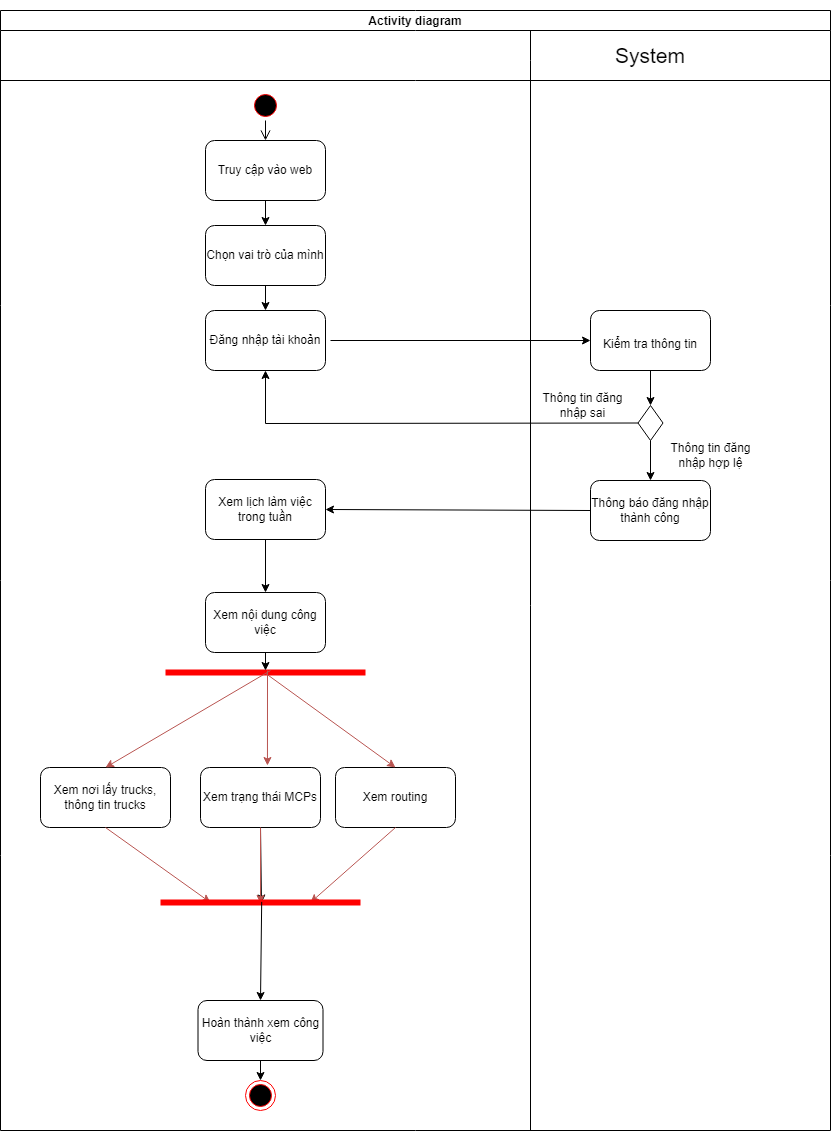
The draw.io diagram System Modeling/Activity Diagram/Activity diagram for Collector.drawio.png in diyuenji/SE_assignment, before a commit. Source tidied: cells renumbered, new cells last; positions are measured from the earlier drawing's top-left corner, leaving out a move shared by most shapes.
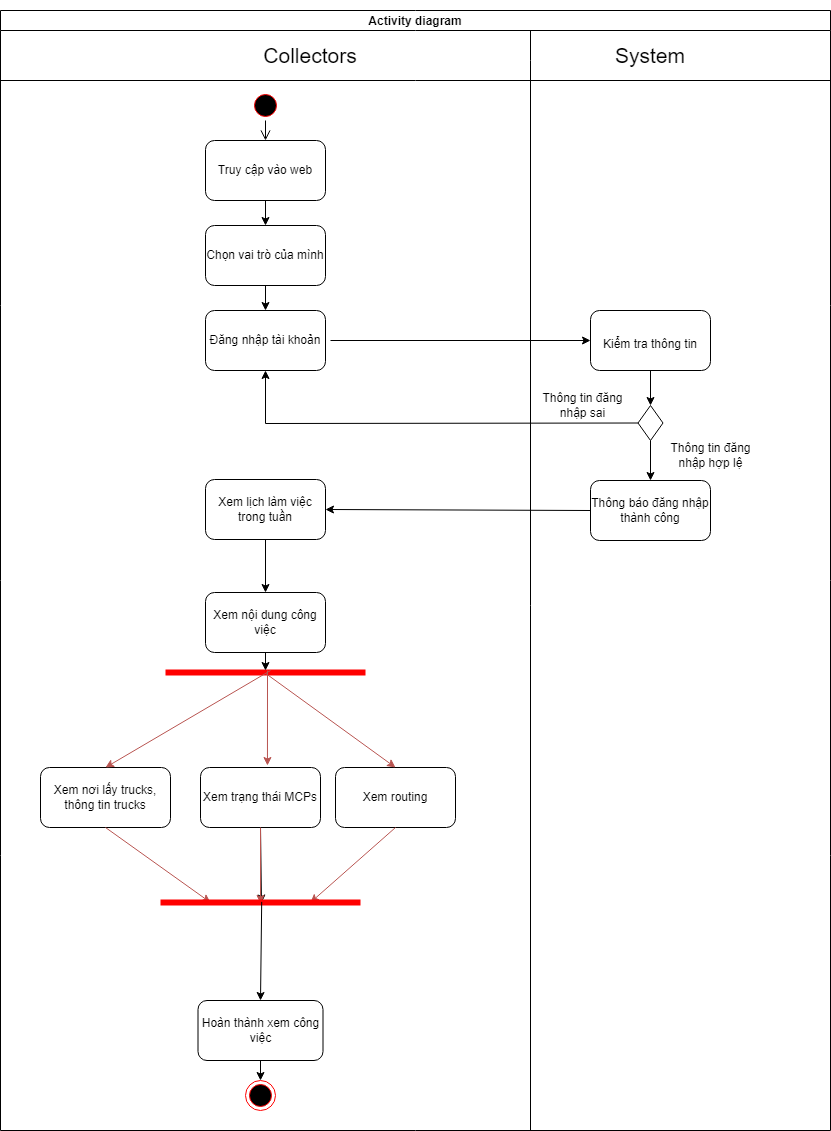
After the change.

The edit, as a diff of the source:
```diff
@@ -41,6 +41,9 @@
     <mxCell id="14" value="&lt;font style=&quot;font-size: 12px;&quot;&gt;Kiểm tra thông tin&lt;/font&gt;" style="rounded=1;whiteSpace=wrap;html=1;fontSize=21;fillColor=#FFFFFF;" parent="1" vertex="1">
       <mxGeometry x="590" y="310" width="120" height="60" as="geometry" />
     </mxCell>
+    <mxCell id="50" value="&lt;font style=&quot;font-size: 21px;&quot;&gt;&lt;font style=&quot;font-size: 21px;&quot;&gt;Collectors&lt;/font&gt;&lt;/font&gt;" style="text;html=1;strokeColor=none;fillColor=none;align=center;verticalAlign=middle;whiteSpace=wrap;rounded=0;fontSize=21;" parent="1" vertex="1">
+      <mxGeometry x="205" y="40" width="210" height="30" as="geometry" />
+    </mxCell>
     <mxCell id="15" style="ellipse;html=1;shape=startState;fillColor=#000000;strokeColor=#ff0000;fontSize=21;" parent="1" vertex="1">
       <mxGeometry x="250" y="90" width="30" height="30" as="geometry" />
     </mxCell>
```
